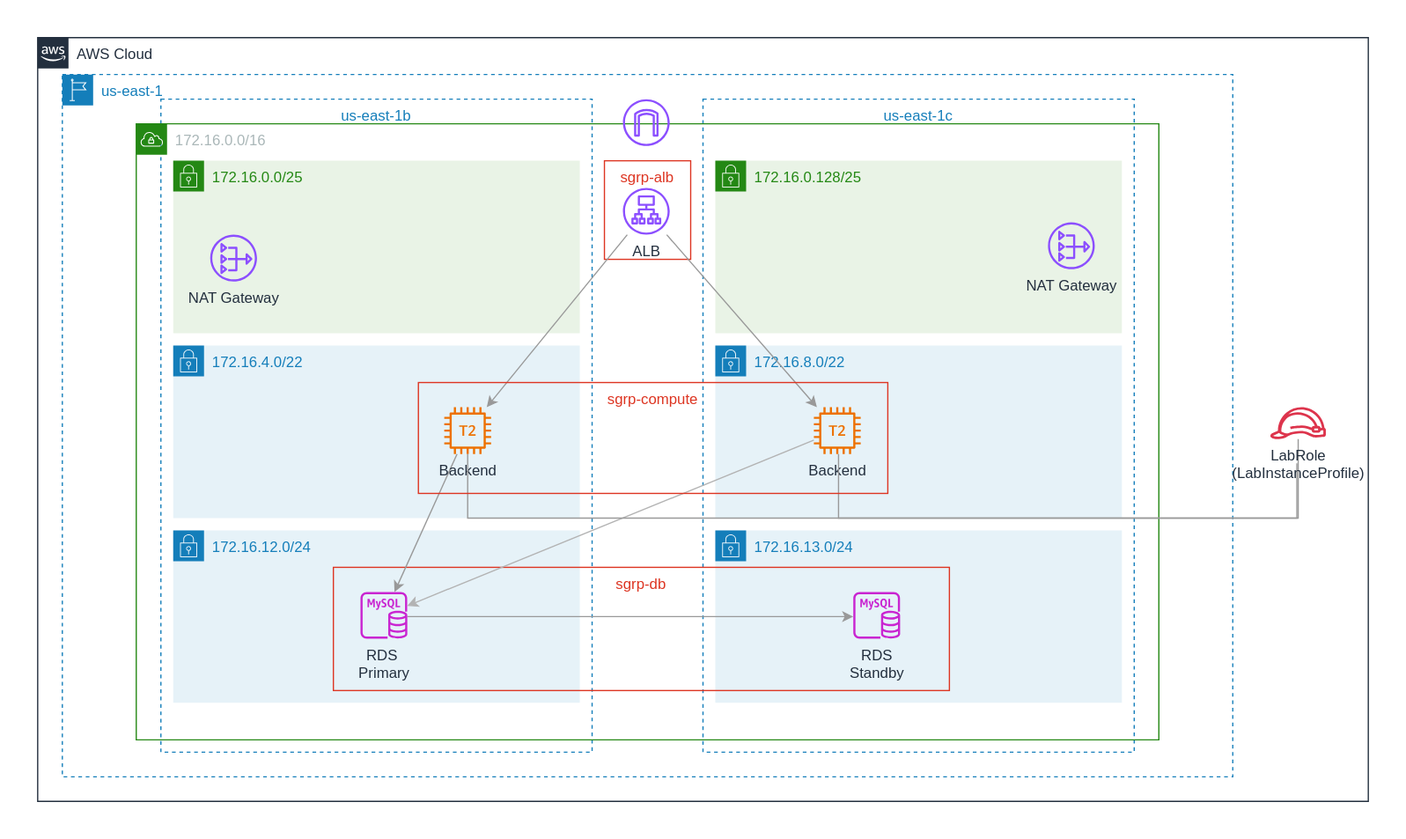
The draw.io diagram img/diagram.svg in upc-team43/challenge-01, before a commit. Source tidied: cells renumbered, new cells last; positions are measured from the earlier drawing's top-left corner, leaving out a move shared by most shapes.
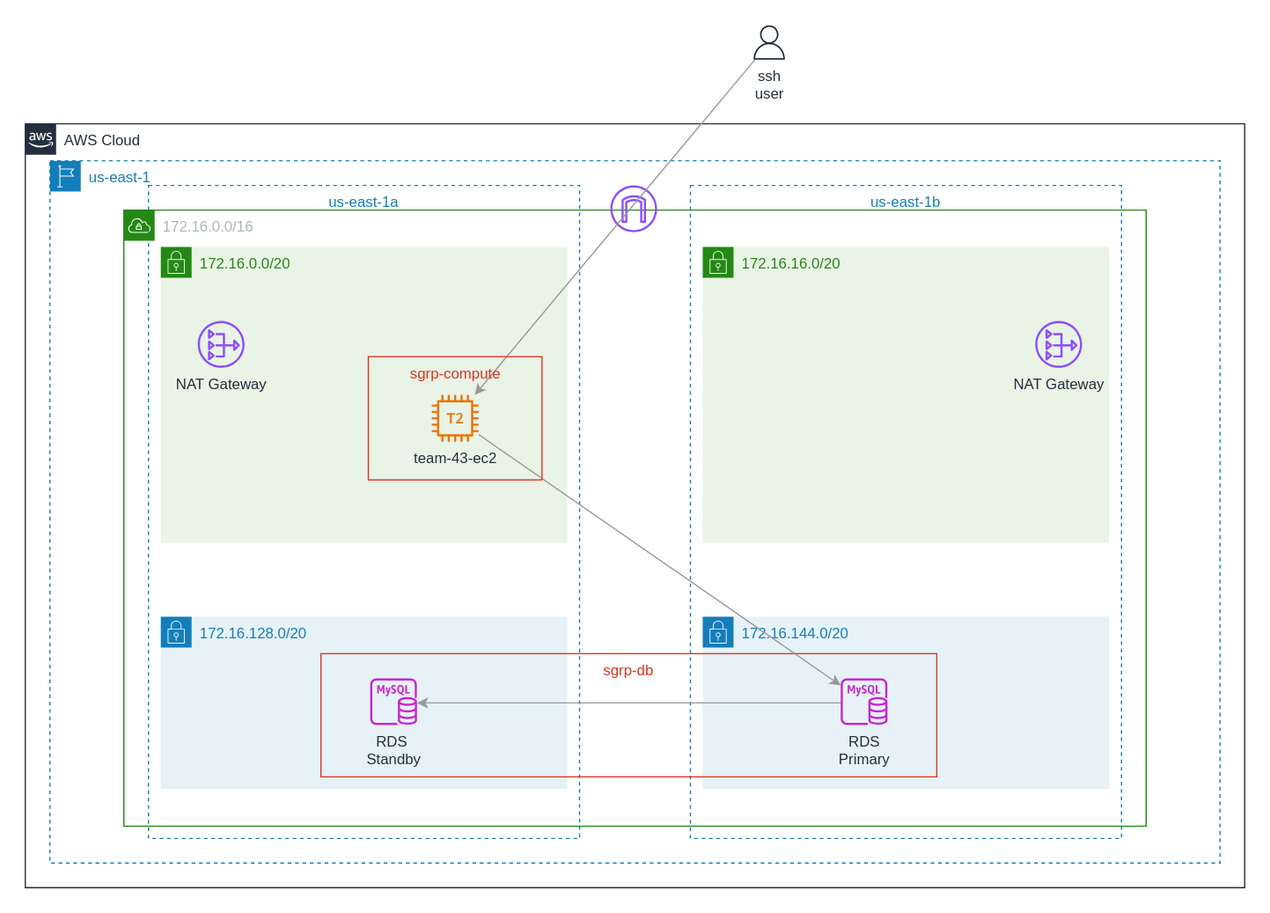
Above is the later version.

The edit, as a diff of the source:
```diff
@@ -3,15 +3,15 @@
     <mxCell id="0" />
     <mxCell id="1" parent="0" />
     <mxCell id="2" value="AWS Cloud" style="gradientColor=none;html=1;whiteSpace=wrap;fontSize=12;fontStyle=0;shape=mxgraph.aws4.group;grIcon=mxgraph.aws4.group_aws_cloud_alt;strokeColor=#232F3E;fillColor=none;verticalAlign=top;align=left;spacingLeft=30;fontColor=#232F3E;dashed=0;labelBackgroundColor=none;" parent="1" vertex="1">
-      <mxGeometry width="1080" height="620" as="geometry" />
+      <mxGeometry width="990" height="620" as="geometry" />
     </mxCell>
     <mxCell id="3" value="us-east-1" style="gradientColor=none;html=1;whiteSpace=wrap;fontSize=12;fontStyle=0;shape=mxgraph.aws4.group;grIcon=mxgraph.aws4.group_region;strokeColor=#147EBA;fillColor=none;verticalAlign=top;align=left;spacingLeft=30;fontColor=#147EBA;dashed=1;" parent="1" vertex="1">
       <mxGeometry x="20" y="30" width="950" height="570" as="geometry" />
     </mxCell>
-    <mxCell id="4" value="us-east-1c" style="fillColor=none;strokeColor=#147EBA;dashed=1;verticalAlign=top;fontStyle=0;fontColor=#147EBA;whiteSpace=wrap;html=1;" parent="3" vertex="1">
+    <mxCell id="4" value="us-east-1b" style="fillColor=none;strokeColor=#147EBA;dashed=1;verticalAlign=top;fontStyle=0;fontColor=#147EBA;whiteSpace=wrap;html=1;" parent="3" vertex="1">
       <mxGeometry x="520" y="20" width="350" height="530" as="geometry" />
     </mxCell>
-    <mxCell id="5" value="us-east-1b" style="fillColor=none;strokeColor=#147EBA;dashed=1;verticalAlign=top;fontStyle=0;fontColor=#147EBA;whiteSpace=wrap;html=1;" parent="3" vertex="1">
+    <mxCell id="5" value="us-east-1a" style="fillColor=none;strokeColor=#147EBA;dashed=1;verticalAlign=top;fontStyle=0;fontColor=#147EBA;whiteSpace=wrap;html=1;" parent="3" vertex="1">
       <mxGeometry x="80" y="20" width="350" height="530" as="geometry" />
     </mxCell>
     <mxCell id="6" value="172.16.0.0/16" style="gradientColor=none;html=1;whiteSpace=wrap;fontSize=12;fontStyle=0;shape=mxgraph.aws4.group;grIcon=mxgraph.aws4.group_vpc;strokeColor=#248814;fillColor=none;verticalAlign=top;align=left;spacingLeft=30;fontColor=#AAB7B8;dashed=0;" parent="3" vertex="1">
@@ -21,70 +21,35 @@
       <mxGeometry x="455" y="20" width="38" height="38" as="geometry" />
     </mxCell>
     <mxCell id="8" value="Networking" parent="0" />
-    <mxCell id="9" value="172.16.13.0/24" style="gradientColor=none;html=1;whiteSpace=wrap;fontSize=12;fontStyle=0;shape=mxgraph.aws4.group;grIcon=mxgraph.aws4.group_security_group;grStroke=0;strokeColor=#147EBA;fillColor=#E6F2F8;verticalAlign=top;align=left;spacingLeft=30;fontColor=#147EBA;dashed=0;" parent="8" vertex="1">
+    <mxCell id="9" value="172.16.144.0/20" style="gradientColor=none;html=1;whiteSpace=wrap;fontSize=12;fontStyle=0;shape=mxgraph.aws4.group;grIcon=mxgraph.aws4.group_security_group;grStroke=0;strokeColor=#147EBA;fillColor=#E6F2F8;verticalAlign=top;align=left;spacingLeft=30;fontColor=#147EBA;dashed=0;" parent="8" vertex="1">
       <mxGeometry x="550" y="400" width="330" height="140" as="geometry" />
     </mxCell>
-    <mxCell id="10" value="172.16.12.0/24" style="gradientColor=none;html=1;whiteSpace=wrap;fontSize=12;fontStyle=0;shape=mxgraph.aws4.group;grIcon=mxgraph.aws4.group_security_group;grStroke=0;strokeColor=#147EBA;fillColor=#E6F2F8;verticalAlign=top;align=left;spacingLeft=30;fontColor=#147EBA;dashed=0;" parent="8" vertex="1">
+    <mxCell id="10" value="172.16.128.0/20" style="gradientColor=none;html=1;whiteSpace=wrap;fontSize=12;fontStyle=0;shape=mxgraph.aws4.group;grIcon=mxgraph.aws4.group_security_group;grStroke=0;strokeColor=#147EBA;fillColor=#E6F2F8;verticalAlign=top;align=left;spacingLeft=30;fontColor=#147EBA;dashed=0;" parent="8" vertex="1">
       <mxGeometry x="110" y="400" width="330" height="140" as="geometry" />
     </mxCell>
-    <mxCell id="11" value="172.16.8.0/22" style="gradientColor=none;html=1;whiteSpace=wrap;fontSize=12;fontStyle=0;shape=mxgraph.aws4.group;grIcon=mxgraph.aws4.group_security_group;grStroke=0;strokeColor=#147EBA;fillColor=#E6F2F8;verticalAlign=top;align=left;spacingLeft=30;fontColor=#147EBA;dashed=0;" parent="8" vertex="1">
-      <mxGeometry x="550" y="250" width="330" height="140" as="geometry" />
-    </mxCell>
-    <mxCell id="12" value="172.16.4.0/22" style="gradientColor=none;html=1;whiteSpace=wrap;fontSize=12;fontStyle=0;shape=mxgraph.aws4.group;grIcon=mxgraph.aws4.group_security_group;grStroke=0;strokeColor=#147EBA;fillColor=#E6F2F8;verticalAlign=top;align=left;spacingLeft=30;fontColor=#147EBA;dashed=0;" parent="8" vertex="1">
-      <mxGeometry x="110" y="250" width="330" height="140" as="geometry" />
-    </mxCell>
-    <mxCell id="13" value="172.16.0.0/25" style="gradientColor=none;html=1;whiteSpace=wrap;fontSize=12;fontStyle=0;shape=mxgraph.aws4.group;grIcon=mxgraph.aws4.group_security_group;grStroke=0;strokeColor=#248814;fillColor=#E9F3E6;verticalAlign=top;align=left;spacingLeft=30;fontColor=#248814;dashed=0;" parent="8" vertex="1">
-      <mxGeometry x="110" y="100" width="330" height="140" as="geometry" />
+    <mxCell id="13" value="172.16.0.0/20" style="gradientColor=none;html=1;whiteSpace=wrap;fontSize=12;fontStyle=0;shape=mxgraph.aws4.group;grIcon=mxgraph.aws4.group_security_group;grStroke=0;strokeColor=#248814;fillColor=#E9F3E6;verticalAlign=top;align=left;spacingLeft=30;fontColor=#248814;dashed=0;" parent="8" vertex="1">
+      <mxGeometry x="110" y="100" width="330" height="240" as="geometry" />
     </mxCell>
-    <mxCell id="14" value="172.16.0.128/25" style="gradientColor=none;html=1;whiteSpace=wrap;fontSize=12;fontStyle=0;shape=mxgraph.aws4.group;grIcon=mxgraph.aws4.group_security_group;grStroke=0;strokeColor=#248814;fillColor=#E9F3E6;verticalAlign=top;align=left;spacingLeft=30;fontColor=#248814;dashed=0;" parent="8" vertex="1">
-      <mxGeometry x="550" y="100" width="330" height="140" as="geometry" />
+    <mxCell id="14" value="172.16.16.0/20" style="gradientColor=none;html=1;whiteSpace=wrap;fontSize=12;fontStyle=0;shape=mxgraph.aws4.group;grIcon=mxgraph.aws4.group_security_group;grStroke=0;strokeColor=#248814;fillColor=#E9F3E6;verticalAlign=top;align=left;spacingLeft=30;fontColor=#248814;dashed=0;" parent="8" vertex="1">
+      <mxGeometry x="550" y="100" width="330" height="240" as="geometry" />
     </mxCell>
     <mxCell id="15" value="sgrp-db" style="fillColor=none;strokeColor=#DD3522;verticalAlign=top;fontStyle=0;fontColor=#DD3522;whiteSpace=wrap;html=1;" parent="8" vertex="1">
       <mxGeometry x="240" y="430" width="500" height="100" as="geometry" />
     </mxCell>
-    <mxCell id="16" value="sgrp-alb" style="fillColor=none;strokeColor=#DD3522;verticalAlign=top;fontStyle=0;fontColor=#DD3522;whiteSpace=wrap;html=1;" parent="8" vertex="1">
-      <mxGeometry x="460" y="100" width="70" height="80" as="geometry" />
-    </mxCell>
     <mxCell id="17" value="Recursos" parent="0" />
-    <mxCell id="18" style="rounded=0;jettySize=auto;html=1;strokeColor=#999999;" parent="17" edge="1" source="19" target="31">
+    <mxCell id="18" style="rounded=0;jettySize=auto;html=1;strokeColor=#999999;" parent="17" edge="1" source="19" target="32">
       <mxGeometry relative="1" as="geometry" />
     </mxCell>
-    <mxCell id="19" value="Backend" style="sketch=0;outlineConnect=0;fontColor=#232F3E;gradientColor=none;fillColor=#ED7100;strokeColor=none;dashed=0;verticalLabelPosition=bottom;verticalAlign=top;align=center;html=1;fontSize=12;fontStyle=0;shape=mxgraph.aws4.t2_instance;" parent="17" vertex="1">
-      <mxGeometry x="330" y="300" width="38" height="38" as="geometry" />
+    <mxCell id="19" value="team-43-ec2" style="sketch=0;outlineConnect=0;fontColor=#232F3E;gradientColor=none;fillColor=#ED7100;strokeColor=none;dashed=0;verticalLabelPosition=bottom;verticalAlign=top;align=center;html=1;fontSize=12;fontStyle=0;shape=mxgraph.aws4.t2_instance;" parent="17" vertex="1">
+      <mxGeometry x="330" y="220" width="38" height="38" as="geometry" />
     </mxCell>
-    <mxCell id="20" style="rounded=0;jettySize=auto;html=1;strokeColor=#B3B3B3;" parent="17" edge="1" source="21" target="31">
-      <mxGeometry relative="1" as="geometry" />
-    </mxCell>
-    <mxCell id="21" value="Backend" style="sketch=0;outlineConnect=0;fontColor=#232F3E;gradientColor=none;fillColor=#ED7100;strokeColor=none;dashed=0;verticalLabelPosition=bottom;verticalAlign=top;align=center;html=1;fontSize=12;fontStyle=0;shape=mxgraph.aws4.t2_instance;" parent="17" vertex="1">
-      <mxGeometry x="630" y="300" width="38" height="38" as="geometry" />
-    </mxCell>
-    <mxCell id="22" style="edgeStyle=orthogonalEdgeStyle;rounded=0;jettySize=auto;html=1;endArrow=none;endFill=0;strokeColor=#999999;" parent="17" edge="1" source="24" target="19">
-      <mxGeometry relative="1" as="geometry">
-        <Array as="points">
-          <mxPoint x="1023" y="390" />
-          <mxPoint x="349" y="390" />
-        </Array>
-      </mxGeometry>
-    </mxCell>
-    <mxCell id="23" style="edgeStyle=orthogonalEdgeStyle;rounded=0;jettySize=auto;html=1;strokeColor=#999999;endArrow=none;endFill=0;" parent="17" edge="1" target="21">
-      <mxGeometry relative="1" as="geometry">
-        <mxPoint x="1022" y="345.5" as="sourcePoint" />
-        <Array as="points">
-          <mxPoint x="1022" y="390" />
-          <mxPoint x="650" y="390" />
-        </Array>
-      </mxGeometry>
-    </mxCell>
-    <mxCell id="24" value="LabRole&lt;br&gt;(LabInstanceProfile)" style="sketch=0;outlineConnect=0;fontColor=#232F3E;gradientColor=none;fillColor=#DD344C;strokeColor=none;dashed=0;verticalLabelPosition=bottom;verticalAlign=top;align=center;html=1;fontSize=12;fontStyle=0;shape=mxgraph.aws4.role;" parent="17" vertex="1">
-      <mxGeometry x="1000" y="300" width="46" height="25.9" as="geometry" />
-    </mxCell>
     <mxCell id="25" value="NAT Gateway" style="sketch=0;fontColor=#232F3E;gradientColor=none;fillColor=#8C4FFF;strokeColor=none;dashed=0;verticalLabelPosition=bottom;verticalAlign=top;align=center;html=1;fontSize=12;fontStyle=0;shape=mxgraph.aws4.nat_gateway;" parent="17" vertex="1">
-      <mxGeometry x="820" y="150" width="38" height="38" as="geometry" />
+      <mxGeometry x="820" y="160" width="38" height="38" as="geometry" />
     </mxCell>
     <mxCell id="26" value="NAT Gateway" style="sketch=0;fontColor=#232F3E;gradientColor=none;fillColor=#8C4FFF;strokeColor=none;dashed=0;verticalLabelPosition=bottom;verticalAlign=top;align=center;html=1;fontSize=12;fontStyle=0;shape=mxgraph.aws4.nat_gateway;" parent="17" vertex="1">
       <mxGeometry x="140" y="160" width="38" height="38" as="geometry" />
     </mxCell>
-    <mxCell id="27" style="edgeStyle=orthogonalEdgeStyle;rounded=0;jettySize=auto;html=1;strokeColor=#999999;" parent="17" edge="1" source="31" target="32">
+    <mxCell id="27" style="edgeStyle=orthogonalEdgeStyle;rounded=0;jettySize=auto;html=1;strokeColor=#999999;endArrow=none;endFill=0;startArrow=classic;startFill=1;" parent="17" edge="1" source="31" target="32">
       <mxGeometry relative="1" as="geometry">
         <Array as="points">
           <mxPoint x="640" y="470" />
@@ -92,23 +57,20 @@
         </Array>
       </mxGeometry>
     </mxCell>
-    <mxCell id="28" style="rounded=0;jettySize=auto;html=1;strokeColor=#999999;" parent="17" edge="1" source="30" target="19">
+    <mxCell id="28" style="rounded=0;jettySize=auto;html=1;strokeColor=#999999;" parent="17" edge="1" source="34" target="19">
       <mxGeometry relative="1" as="geometry" />
     </mxCell>
-    <mxCell id="29" style="rounded=0;jettySize=auto;html=1;strokeColor=#999999;" parent="17" edge="1" source="30" target="21">
-      <mxGeometry relative="1" as="geometry" />
-    </mxCell>
-    <mxCell id="30" value="ALB" style="sketch=0;outlineConnect=0;fontColor=#232F3E;gradientColor=none;fillColor=#8C4FFF;strokeColor=none;dashed=0;verticalLabelPosition=bottom;verticalAlign=top;align=center;html=1;fontSize=12;fontStyle=0;shape=mxgraph.aws4.application_load_balancer;" parent="17" vertex="1">
-      <mxGeometry x="475" y="122" width="38" height="38" as="geometry" />
-    </mxCell>
-    <mxCell id="31" value="RDS&amp;nbsp;&lt;div&gt;Primary&lt;/div&gt;" style="sketch=0;outlineConnect=0;fontColor=#232F3E;gradientColor=none;fillColor=#C925D1;strokeColor=none;dashed=0;verticalLabelPosition=bottom;verticalAlign=top;align=center;html=1;fontSize=12;fontStyle=0;shape=mxgraph.aws4.rds_mysql_instance;" parent="17" vertex="1">
-      <mxGeometry x="262" y="450" width="38" height="38" as="geometry" />
+    <mxCell id="31" value="RDS&amp;nbsp;&lt;div&gt;Standby&lt;br&gt;&lt;/div&gt;" style="sketch=0;outlineConnect=0;fontColor=#232F3E;gradientColor=none;fillColor=#C925D1;strokeColor=none;dashed=0;verticalLabelPosition=bottom;verticalAlign=top;align=center;html=1;fontSize=12;fontStyle=0;shape=mxgraph.aws4.rds_mysql_instance;" parent="17" vertex="1">
+      <mxGeometry x="280" y="450" width="38" height="38" as="geometry" />
     </mxCell>
-    <mxCell id="32" value="RDS&lt;div&gt;Standby&lt;/div&gt;" style="sketch=0;outlineConnect=0;fontColor=#232F3E;gradientColor=none;fillColor=#C925D1;strokeColor=none;dashed=0;verticalLabelPosition=bottom;verticalAlign=top;align=center;html=1;fontSize=12;fontStyle=0;shape=mxgraph.aws4.rds_mysql_instance;" parent="17" vertex="1">
+    <mxCell id="32" value="RDS&lt;div&gt;Primary&lt;/div&gt;" style="sketch=0;outlineConnect=0;fontColor=#232F3E;gradientColor=none;fillColor=#C925D1;strokeColor=none;dashed=0;verticalLabelPosition=bottom;verticalAlign=top;align=center;html=1;fontSize=12;fontStyle=0;shape=mxgraph.aws4.rds_mysql_instance;" parent="17" vertex="1">
       <mxGeometry x="662" y="450" width="38" height="38" as="geometry" />
     </mxCell>
     <mxCell id="33" value="sgrp-compute" style="fillColor=none;strokeColor=#DD3522;verticalAlign=top;fontStyle=0;fontColor=#DD3522;whiteSpace=wrap;html=1;" parent="17" vertex="1">
-      <mxGeometry x="309" y="280" width="381" height="90" as="geometry" />
+      <mxGeometry x="278.5" y="189" width="141" height="100" as="geometry" />
     </mxCell>
+    <mxCell id="34" value="ssh&lt;div&gt;user&lt;/div&gt;" style="sketch=0;outlineConnect=0;fontColor=#232F3E;gradientColor=none;fillColor=#232F3D;strokeColor=none;dashed=0;verticalLabelPosition=bottom;verticalAlign=top;align=center;html=1;fontSize=12;fontStyle=0;shape=mxgraph.aws4.user;" parent="17" vertex="1">
+      <mxGeometry x="590" y="-80" width="28" height="28" as="geometry" />
+    </mxCell>
   </root>
 </mxGraphModel>
```
